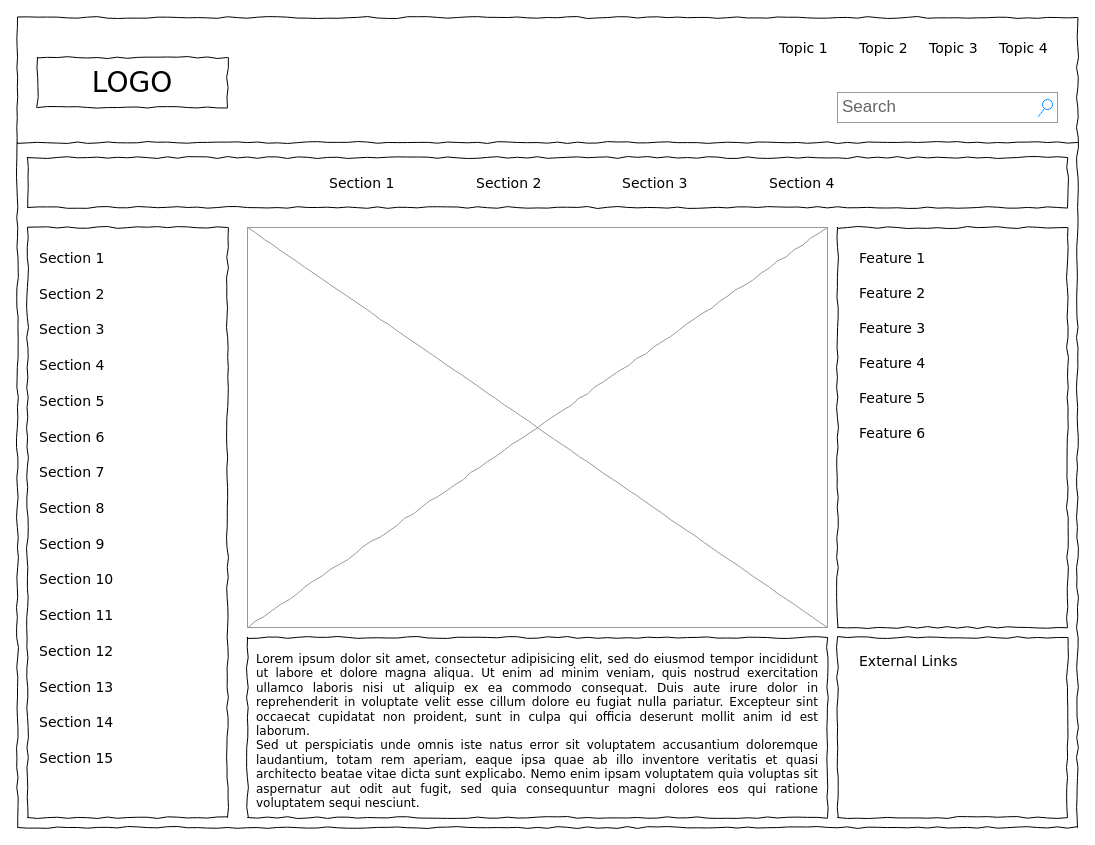
This is collection/Cancel offboarding customer.drawio from operationd8979/drawio, a draw.io file, before an edit. Source tidied: cells renumbered, new cells numbered last; positions are measured from the earlier drawing's top-left corner, leaving out a move shared by most shapes. Both pictures are drawn from the tidied source at 100%, with x=0, y=0 at pixel (17, 17).
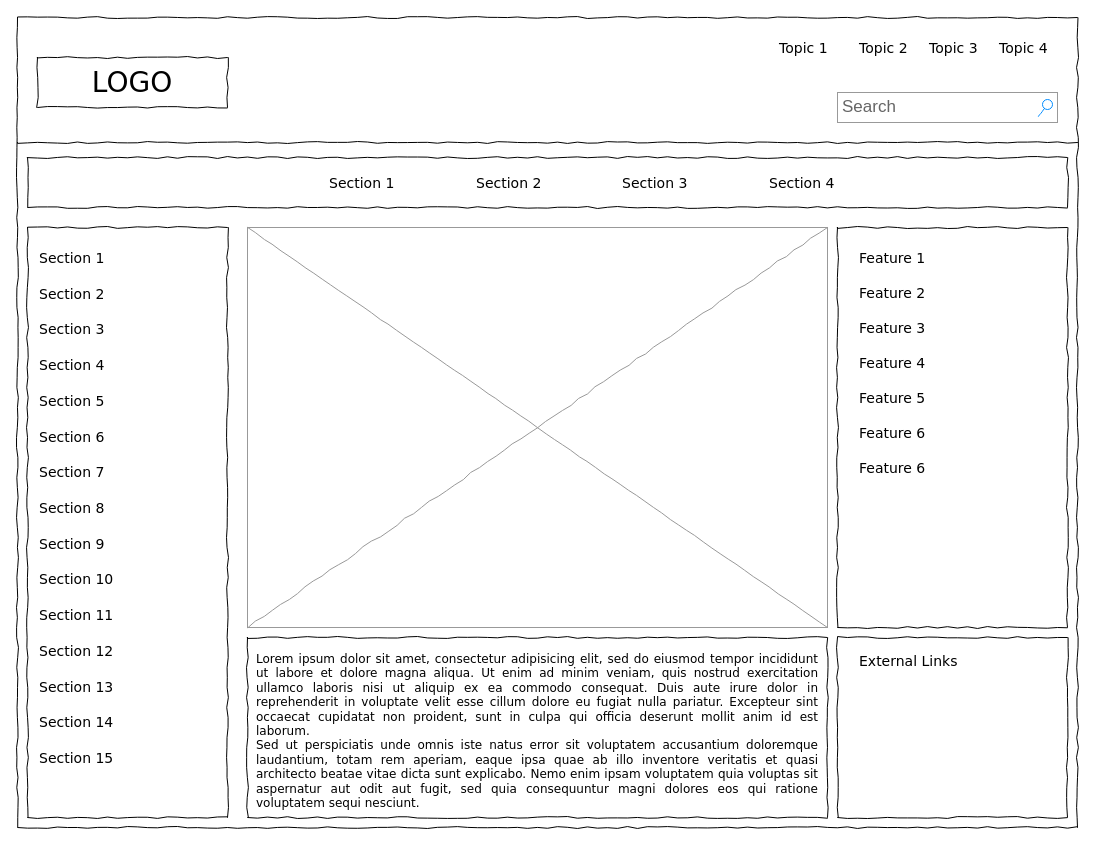
Above is the later version.

Diff of the diagram source:
```diff
@@
+    <mxCell id="42" value="Feature 6" style="text;html=1;align=left;verticalAlign=top;spacingTop=-4;fontSize=14;fontFamily=Verdana;" parent="1" vertex="1">
+      <mxGeometry x="840" y="440" width="170" height="20" as="geometry" />
+    </mxCell>
```
